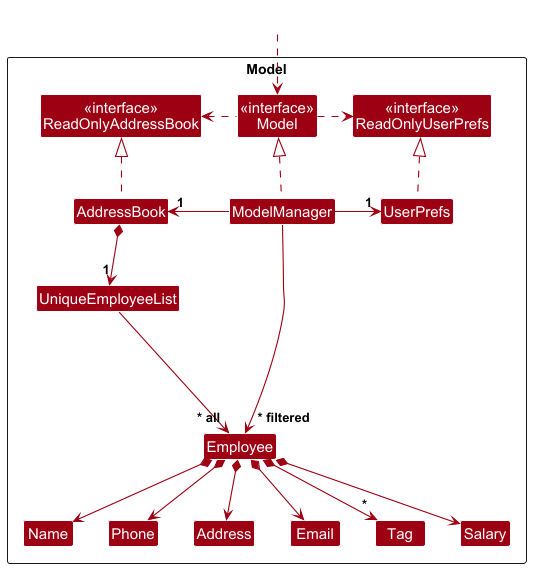
AY2627S1-CS2103T-T16-3/tp keeps this PlantUML diagram as docs/images/ModelClassDiagram.png. Above is the earlier version.
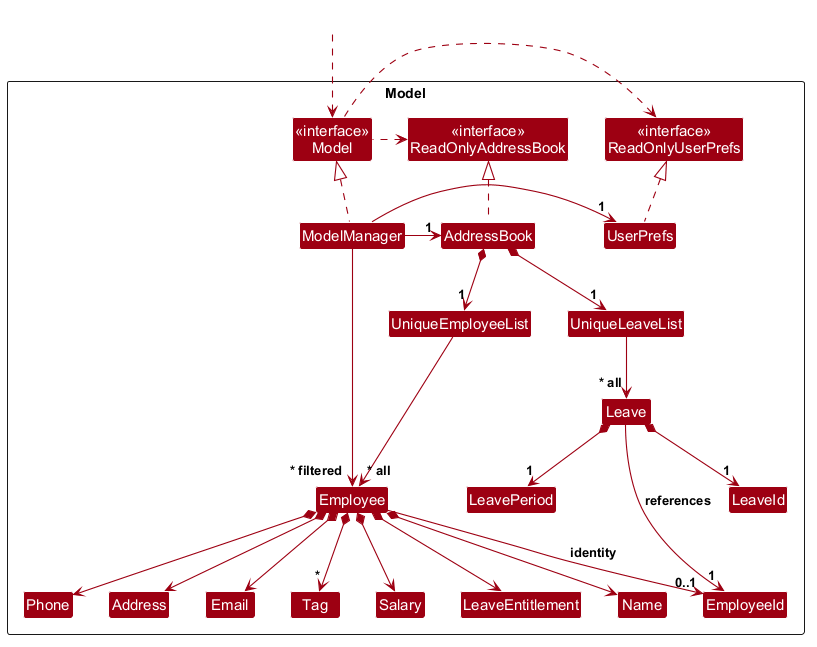
After the commit.

Commit message:
docs: update class diagrams for leave support

What changed in the source:
```diff
@@ -13,13 +13,19 @@
 Class UserPrefs
 
 Class UniqueEmployeeList
+Class UniqueLeaveList
 Class Employee
+Class EmployeeId
 Class Address
 Class Email
 Class Name
 Class Phone
 Class Tag
 Class Salary
+Class LeaveEntitlement
+Class Leave
+Class LeaveId
+Class LeavePeriod
 
 Class I #FFFFFF
 }
@@ -37,20 +43,29 @@
 UserPrefs .up.|> ReadOnlyUserPrefs
 
 AddressBook *--> "1" UniqueEmployeeList
+AddressBook *--> "1" UniqueLeaveList
 UniqueEmployeeList --> "~* all" Employee
+UniqueLeaveList --> "~* all" Leave
+
+Employee --> "0..1" EmployeeId : identity
 Employee *--> Name
 Employee *--> Phone
 Employee *--> Email
 Employee *--> Address
 Employee *--> "*" Tag
 Employee *--> Salary
+Employee *--> LeaveEntitlement
+
+Leave *--> "1" LeaveId
+Leave --> "1" EmployeeId : references
+Leave *--> "1" LeavePeriod
 
 Employee -[hidden]up--> I
 UniqueEmployeeList -[hidden]right-> I
+UniqueLeaveList -[hidden]left-> I
 
 Name -[hidden]right-> Phone
 Phone -[hidden]right-> Address
 Address -[hidden]right-> Email
-
 ModelManager --> "~* filtered" Employee
 @enduml
```
